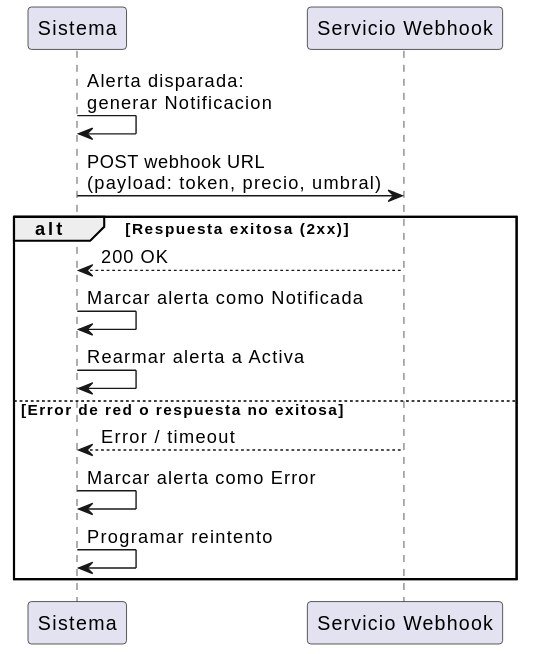
Earlier version of the PlantUML export imagenes/capitulo2/CU07-secuencia.svg (nekiiiiis/tfg).
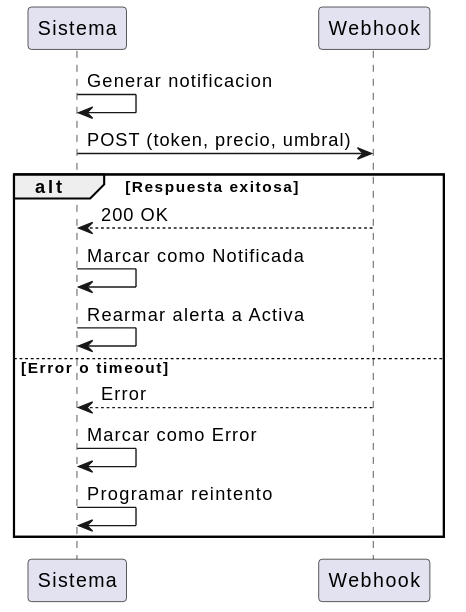
After the change.

Diff of the diagram source:
```diff
@@ -1,18 +1,17 @@
 @startuml
 participant "Sistema" as S
-participant "Servicio Webhook" as SW
+participant "Webhook" as SW
 
-S -> S : Alerta disparada:\ngenerar Notificacion
+S -> S : Generar notificacion
+S -> SW : POST (token, precio, umbral)
 
-S -> SW : POST webhook URL\n(payload: token, precio, umbral)
-
-alt Respuesta exitosa (2xx)
+alt Respuesta exitosa
   SW --> S : 200 OK
-  S -> S : Marcar alerta como Notificada
+  S -> S : Marcar como Notificada
   S -> S : Rearmar alerta a Activa
-else Error de red o respuesta no exitosa
-  SW --> S : Error / timeout
-  S -> S : Marcar alerta como Error
+else Error o timeout
+  SW --> S : Error
+  S -> S : Marcar como Error
   S -> S : Programar reintento
 end
 @enduml
```
